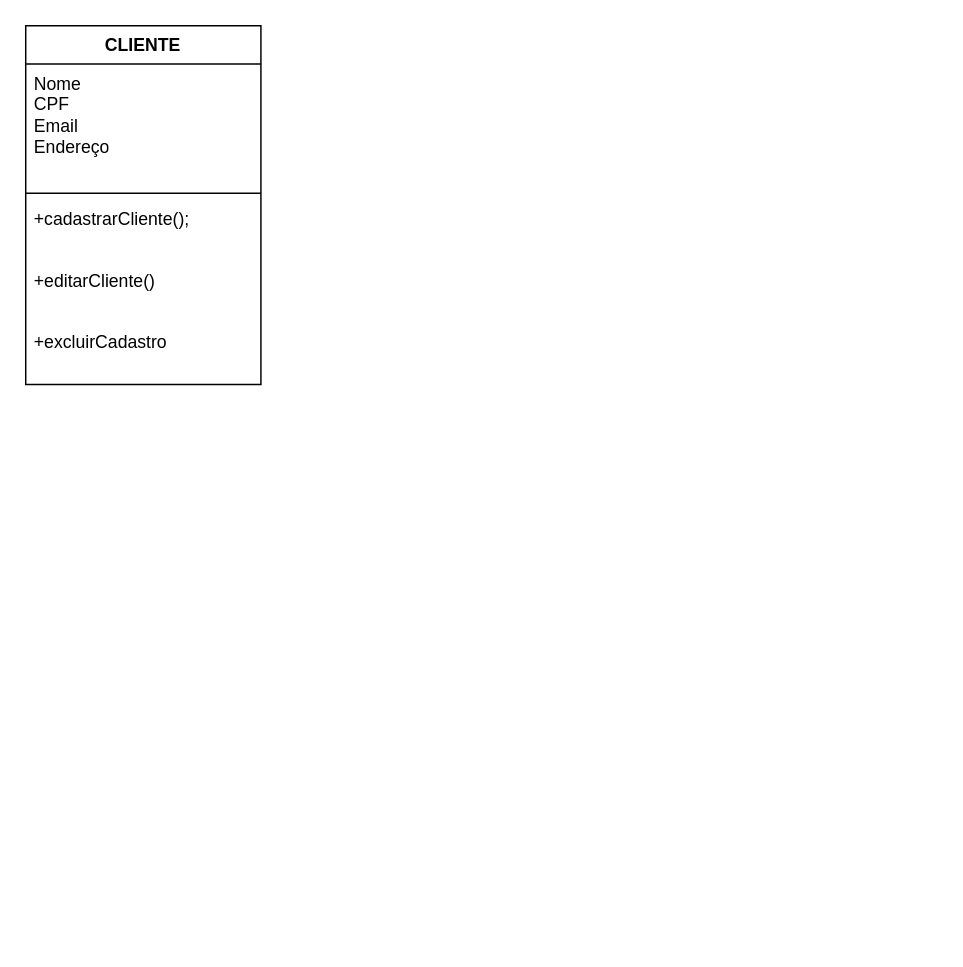
Before: page "CLASSES" (2 of 2) of exerciocio.drawio in AirlanDEV/diagramasderequisitos, a draw.io diagram. Source tidied: cells renumbered, new cells numbered last; positions are measured from the earlier drawing's top-left corner, leaving out a move shared by most shapes. Both pictures are drawn from the tidied source at 147%, with x=0, y=0 at pixel (25, 25).
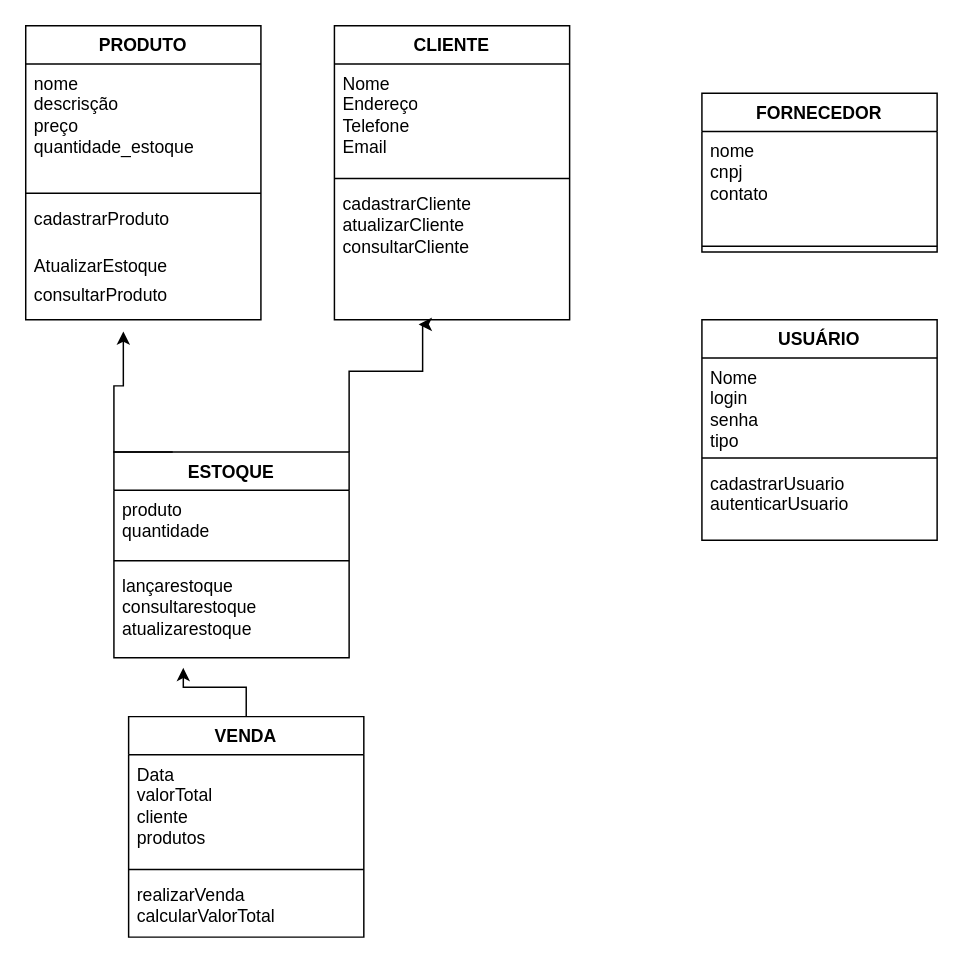
After the change.

Diff of the diagram source:
```diff
@@
-    <mxCell id="2" value="CLIENTE" style="swimlane;fontStyle=1;align=center;verticalAlign=top;horizontal=1;startSize=26;whiteSpace=wrap;html=1;" parent="1" vertex="1">
-      <mxGeometry width="160" height="244" as="geometry" />
+    <mxCell id="2" value="PRODUTO" style="swimlane;fontStyle=1;align=center;verticalAlign=top;horizontal=1;startSize=26;whiteSpace=wrap;html=1;" parent="1" vertex="1">
+      <mxGeometry width="160" height="200" as="geometry" />
     </mxCell>
-    <mxCell id="3" value="Nome&lt;div&gt;CPF&lt;/div&gt;&lt;div&gt;Email&lt;/div&gt;&lt;div&gt;Endereço&lt;/div&gt;" style="text;strokeColor=none;fillColor=none;align=left;verticalAlign=top;spacingLeft=4;spacingRight=4;overflow=hidden;whiteSpace=wrap;html=1;" parent="2" vertex="1">
+    <mxCell id="3" value="nome&lt;div&gt;descrisção&lt;/div&gt;&lt;div&gt;preço&lt;/div&gt;&lt;div&gt;quantidade_estoque&lt;/div&gt;" style="text;strokeColor=none;fillColor=none;align=left;verticalAlign=top;spacingLeft=4;spacingRight=4;overflow=hidden;whiteSpace=wrap;html=1;" parent="2" vertex="1">
       <mxGeometry y="26" width="160" height="84" as="geometry" />
     </mxCell>
@@
-    <mxCell id="5" value="+cadastrarCliente();" style="text;strokeColor=none;fillColor=none;align=left;verticalAlign=top;spacingLeft=4;spacingRight=4;overflow=hidden;whiteSpace=wrap;html=1;" parent="2" vertex="1">
-      <mxGeometry y="118" width="160" height="42" as="geometry" />
+    <mxCell id="5" value="cadastrarProduto" style="text;strokeColor=none;fillColor=none;align=left;verticalAlign=top;spacingLeft=4;spacingRight=4;overflow=hidden;whiteSpace=wrap;html=1;" parent="2" vertex="1">
+      <mxGeometry y="118" width="160" height="32" as="geometry" />
     </mxCell>
-    <mxCell id="6" value="+editarCliente()" style="text;strokeColor=none;fillColor=none;align=left;verticalAlign=top;spacingLeft=4;spacingRight=4;overflow=hidden;whiteSpace=wrap;html=1;" parent="2" vertex="1">
-      <mxGeometry y="160" width="160" height="42" as="geometry" />
+    <mxCell id="6" value="AtualizarEstoque" style="text;strokeColor=none;fillColor=none;align=left;verticalAlign=top;spacingLeft=4;spacingRight=4;overflow=hidden;whiteSpace=wrap;html=1;" parent="2" vertex="1">
+      <mxGeometry y="150" width="160" height="20" as="geometry" />
     </mxCell>
-    <mxCell id="7" value="+excluirCadastro" style="text;strokeColor=none;fillColor=none;align=left;verticalAlign=top;spacingLeft=4;spacingRight=4;overflow=hidden;points=[[0,0.5],[1,0.5]];portConstraint=eastwest;whiteSpace=wrap;html=1;" parent="2" vertex="1">
-      <mxGeometry y="202" width="160" height="42" as="geometry" />
+    <mxCell id="7" value="consultarProduto" style="text;strokeColor=none;fillColor=none;align=left;verticalAlign=top;spacingLeft=4;spacingRight=4;overflow=hidden;points=[[0,0.5],[1,0.5]];portConstraint=eastwest;whiteSpace=wrap;html=1;" parent="2" vertex="1">
+      <mxGeometry y="170" width="160" height="30" as="geometry" />
     </mxCell>
+    <mxCell id="8" value="VENDA" style="swimlane;fontStyle=1;align=center;verticalAlign=top;horizontal=1;startSize=26;whiteSpace=wrap;html=1;" parent="1" vertex="1">
+      <mxGeometry x="70" y="470" width="160" height="150" as="geometry" />
+    </mxCell>
+    <mxCell id="9" value="Data&lt;div&gt;valorTotal&lt;/div&gt;&lt;div&gt;cliente&lt;/div&gt;&lt;div&gt;produtos&lt;/div&gt;&lt;div&gt;&lt;br&gt;&lt;/div&gt;" style="text;strokeColor=none;fillColor=none;align=left;verticalAlign=top;spacingLeft=4;spacingRight=4;overflow=hidden;whiteSpace=wrap;html=1;" parent="8" vertex="1">
+      <mxGeometry y="26" width="160" height="74" as="geometry" />
+    </mxCell>
+    <mxCell id="10" style="line;strokeWidth=1;fillColor=none;align=left;verticalAlign=middle;spacingTop=-1;spacingLeft=3;spacingRight=3;labelPosition=right;strokeColor=inherit;" parent="8" vertex="1">
+      <mxGeometry y="100" width="160" height="8" as="geometry" />
+    </mxCell>
+    <mxCell id="11" value="realizarVenda&lt;div&gt;calcularValorTotal&lt;/div&gt;" style="text;strokeColor=none;fillColor=none;align=left;verticalAlign=top;spacingLeft=4;spacingRight=4;overflow=hidden;whiteSpace=wrap;html=1;" parent="8" vertex="1">
+      <mxGeometry y="108" width="160" height="42" as="geometry" />
+    </mxCell>
+    <mxCell id="12" value="FORNECEDOR" style="swimlane;fontStyle=1;align=center;verticalAlign=top;horizontal=1;startSize=26;whiteSpace=wrap;html=1;" parent="1" vertex="1">
+      <mxGeometry x="460" y="46" width="160" height="108" as="geometry" />
+    </mxCell>
+    <mxCell id="13" value="nome&lt;div&gt;cnpj&lt;/div&gt;&lt;div&gt;contato&lt;/div&gt;" style="text;strokeColor=none;fillColor=none;align=left;verticalAlign=top;spacingLeft=4;spacingRight=4;overflow=hidden;whiteSpace=wrap;html=1;" parent="12" vertex="1">
+      <mxGeometry y="26" width="160" height="74" as="geometry" />
+    </mxCell>
+    <mxCell id="14" style="line;strokeWidth=1;fillColor=none;align=left;verticalAlign=middle;spacingTop=-1;spacingLeft=3;spacingRight=3;labelPosition=right;strokeColor=inherit;" parent="12" vertex="1">
+      <mxGeometry y="100" width="160" height="8" as="geometry" />
+    </mxCell>
+    <mxCell id="15" value="ESTOQUE" style="swimlane;fontStyle=1;align=center;verticalAlign=top;horizontal=1;startSize=26;whiteSpace=wrap;html=1;" parent="1" vertex="1">
+      <mxGeometry x="60" y="290" width="160" height="140" as="geometry" />
+    </mxCell>
+    <mxCell id="16" value="produto&lt;div&gt;quantidade&lt;/div&gt;" style="text;strokeColor=none;fillColor=none;align=left;verticalAlign=top;spacingLeft=4;spacingRight=4;overflow=hidden;whiteSpace=wrap;html=1;" parent="15" vertex="1">
+      <mxGeometry y="26" width="160" height="44" as="geometry" />
+    </mxCell>
+    <mxCell id="17" style="line;strokeWidth=1;fillColor=none;align=left;verticalAlign=middle;spacingTop=-1;spacingLeft=3;spacingRight=3;labelPosition=right;strokeColor=inherit;" parent="15" vertex="1">
+      <mxGeometry y="70" width="160" height="8" as="geometry" />
+    </mxCell>
+    <mxCell id="18" value="lançarestoque&lt;div&gt;consultarestoque&lt;/div&gt;&lt;div&gt;atualizarestoque&lt;/div&gt;" style="text;strokeColor=none;fillColor=none;align=left;verticalAlign=top;spacingLeft=4;spacingRight=4;overflow=hidden;points=[[0,0.5],[1,0.5]];portConstraint=eastwest;whiteSpace=wrap;html=1;" parent="15" vertex="1">
+      <mxGeometry y="78" width="160" height="62" as="geometry" />
+    </mxCell>
+    <mxCell id="19" value="USUÁRIO" style="swimlane;fontStyle=1;align=center;verticalAlign=top;horizontal=1;startSize=26;whiteSpace=wrap;html=1;" parent="1" vertex="1">
+      <mxGeometry x="460" y="200" width="160" height="150" as="geometry" />
+    </mxCell>
+    <mxCell id="20" value="Nome&lt;div&gt;login&lt;/div&gt;&lt;div&gt;senha&lt;/div&gt;&lt;div&gt;tipo&lt;/div&gt;" style="text;strokeColor=none;fillColor=none;align=left;verticalAlign=top;spacingLeft=4;spacingRight=4;overflow=hidden;whiteSpace=wrap;html=1;" parent="19" vertex="1">
+      <mxGeometry y="26" width="160" height="64" as="geometry" />
+    </mxCell>
+    <mxCell id="21" style="line;strokeWidth=1;fillColor=none;align=left;verticalAlign=middle;spacingTop=-1;spacingLeft=3;spacingRight=3;labelPosition=right;strokeColor=inherit;" parent="19" vertex="1">
+      <mxGeometry y="90" width="160" height="8" as="geometry" />
+    </mxCell>
+    <mxCell id="22" value="cadastrarUsuario&lt;div&gt;autenticarUsuario&lt;/div&gt;" style="text;strokeColor=none;fillColor=none;align=left;verticalAlign=top;spacingLeft=4;spacingRight=4;overflow=hidden;whiteSpace=wrap;html=1;" parent="19" vertex="1">
+      <mxGeometry y="98" width="160" height="52" as="geometry" />
+    </mxCell>
+    <mxCell id="23" value="CLIENTE" style="swimlane;fontStyle=1;align=center;verticalAlign=top;horizontal=1;startSize=26;whiteSpace=wrap;html=1;" parent="1" vertex="1">
+      <mxGeometry x="210" width="160" height="200" as="geometry" />
+    </mxCell>
+    <mxCell id="24" value="Nome&lt;div&gt;Endereço&lt;/div&gt;&lt;div&gt;Telefone&lt;/div&gt;&lt;div&gt;Email&lt;/div&gt;" style="text;strokeColor=none;fillColor=none;align=left;verticalAlign=top;spacingLeft=4;spacingRight=4;overflow=hidden;whiteSpace=wrap;html=1;" parent="23" vertex="1">
+      <mxGeometry y="26" width="160" height="74" as="geometry" />
+    </mxCell>
+    <mxCell id="25" style="line;strokeWidth=1;fillColor=none;align=left;verticalAlign=middle;spacingTop=-1;spacingLeft=3;spacingRight=3;labelPosition=right;strokeColor=inherit;" parent="23" vertex="1">
+      <mxGeometry y="100" width="160" height="8" as="geometry" />
+    </mxCell>
+    <mxCell id="26" value="cadastrarCliente&lt;br&gt;atualizarCliente&lt;div&gt;consultarCliente&lt;/div&gt;" style="text;strokeColor=none;fillColor=none;align=left;verticalAlign=top;spacingLeft=4;spacingRight=4;overflow=hidden;points=[[0,0.5],[1,0.5]];portConstraint=eastwest;whiteSpace=wrap;html=1;" parent="23" vertex="1">
+      <mxGeometry y="108" width="160" height="92" as="geometry" />
+    </mxCell>
+    <mxCell id="27" style="edgeStyle=orthogonalEdgeStyle;rounded=0;jettySize=auto;html=1;exitX=0.25;exitY=0;exitDx=0;exitDy=0;entryX=0.415;entryY=1.267;entryDx=0;entryDy=0;entryPerimeter=0;" parent="1" edge="1" source="15" target="7">
+      <mxGeometry relative="1" as="geometry">
+        <Array as="points">
+          <mxPoint x="60" y="290" />
+          <mxPoint x="60" y="245" />
+          <mxPoint x="66" y="245" />
+        </Array>
+      </mxGeometry>
+    </mxCell>
+    <mxCell id="28" style="edgeStyle=orthogonalEdgeStyle;rounded=0;jettySize=auto;html=1;exitX=1;exitY=0;exitDx=0;exitDy=0;entryX=0.358;entryY=1.035;entryDx=0;entryDy=0;entryPerimeter=0;" parent="1" edge="1" source="15" target="26">
+      <mxGeometry relative="1" as="geometry">
+        <Array as="points">
+          <mxPoint x="220" y="235" />
+          <mxPoint x="270" y="235" />
+          <mxPoint x="270" y="203" />
+        </Array>
+      </mxGeometry>
+    </mxCell>
+    <mxCell id="29" style="edgeStyle=orthogonalEdgeStyle;rounded=0;jettySize=auto;html=1;exitX=0.5;exitY=0;exitDx=0;exitDy=0;entryX=0.295;entryY=1.11;entryDx=0;entryDy=0;entryPerimeter=0;" parent="1" edge="1" source="8" target="18">
+      <mxGeometry relative="1" as="geometry">
+        <Array as="points">
+          <mxPoint x="150" y="450" />
+          <mxPoint x="107" y="450" />
+        </Array>
+      </mxGeometry>
+    </mxCell>
```
